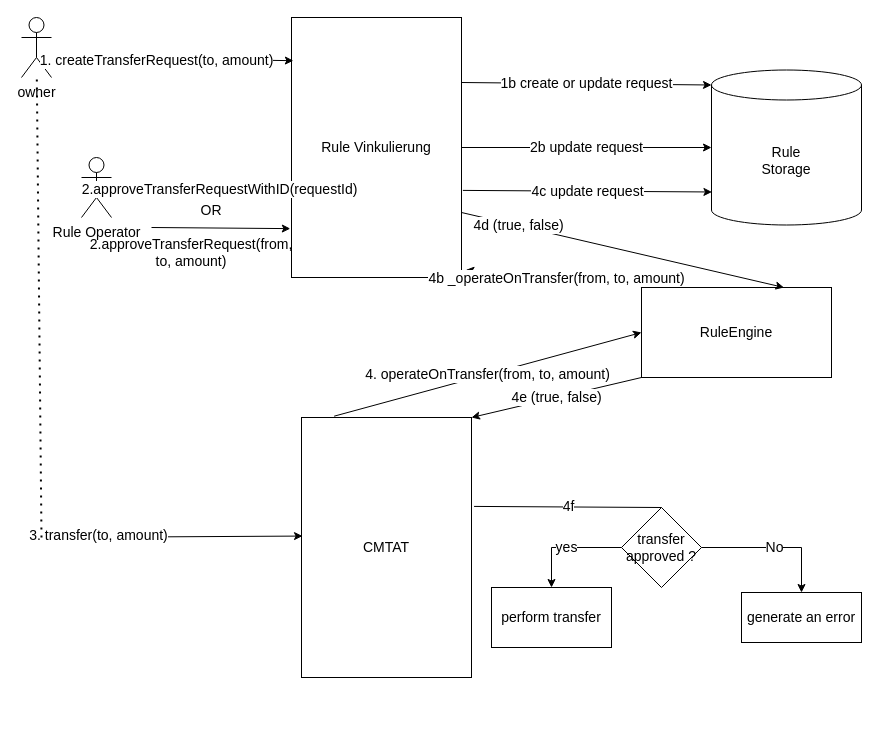
This is page "Workflow" (1 of 5) of doc/schema/virkulierung.drawio from CMTA/RuleEngine, a draw.io file, before an edit. Source tidied: cells renumbered, new cells numbered last; positions are measured from the earlier drawing's top-left corner, leaving out a move shared by most shapes. Both pictures are drawn from the tidied source at 100%, with x=0, y=0 at pixel (21, 17).
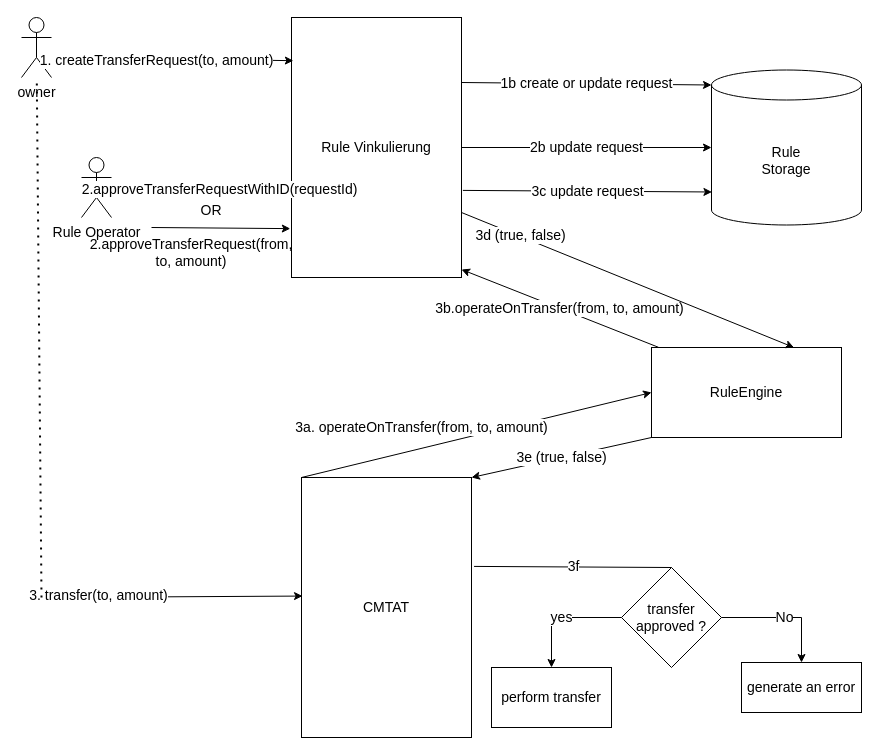
The same page after the edit.

The change refers to these unchanged cells:
```xml
<mxCell id="2" value="owner" style="shape=umlActor;verticalLabelPosition=bottom;verticalAlign=top;html=1;outlineConnect=0;fontSize=14;" parent="1" vertex="1">
  <mxGeometry width="30" height="60" as="geometry" />
</mxCell>
<mxCell id="3" value="Rule Vinkulierung" style="rounded=0;whiteSpace=wrap;html=1;fontSize=14;" parent="1" vertex="1">
  <mxGeometry x="270" width="170" height="260" as="geometry" />
</mxCell>
<mxCell id="6" value="Rule&lt;br style=&quot;font-size: 14px;&quot;&gt;Storage" style="shape=cylinder3;whiteSpace=wrap;html=1;boundedLbl=1;backgroundOutline=1;size=15;fontSize=14;" parent="1" vertex="1">
  <mxGeometry x="690" y="52.5" width="150" height="155" as="geometry" />
</mxCell>
<mxCell id="25" style="endArrow=classic;html=1;rounded=0;entryX=0.75;entryY=0;entryDx=0;entryDy=0;exitX=1;exitY=0.75;exitDx=0;exitDy=0;fontSize=14;" parent="1" edge="1" source="3" target="23">
  <mxGeometry relative="1" as="geometry" />
</mxCell>
```

Change to the diagram source:
```diff
@@
     <mxCell id="11" style="endArrow=classic;html=1;rounded=0;entryX=0.006;entryY=0.456;entryDx=0;entryDy=0;entryPerimeter=0;fontSize=14;" parent="1" edge="1" target="14">
       <mxGeometry relative="1" as="geometry">
-        <mxPoint x="20" y="520" as="sourcePoint" />
+        <mxPoint x="20" y="580" as="sourcePoint" />
       </mxGeometry>
     </mxCell>
@@
     <mxCell id="13" value="perform transfer" style="rounded=0;whiteSpace=wrap;html=1;fontSize=14;" parent="1" vertex="1">
-      <mxGeometry x="470" y="570" width="120" height="60" as="geometry" />
+      <mxGeometry x="470" y="650" width="120" height="60" as="geometry" />
     </mxCell>
     <mxCell id="14" value="CMTAT" style="rounded=0;whiteSpace=wrap;html=1;fontSize=14;" parent="1" vertex="1">
-      <mxGeometry x="280" y="400" width="170" height="260" as="geometry" />
+      <mxGeometry x="280" y="460" width="170" height="260" as="geometry" />
     </mxCell>
-    <mxCell id="15" value="4.&amp;nbsp;&lt;span class=&quot;pl-k&quot; style=&quot;font-size: 14px;&quot;&gt;operateOnTransfer&lt;/span&gt;(from, to, amount)" style="endArrow=classic;html=1;rounded=0;exitX=0.192;exitY=-0.005;exitDx=0;exitDy=0;entryX=0;entryY=0.5;entryDx=0;entryDy=0;exitPerimeter=0;fontSize=14;" parent="1" edge="1" source="14" target="23">
-      <mxGeometry relative="1" as="geometry" />
+    <mxCell id="15" value="3a.&amp;nbsp;&lt;span class=&quot;pl-k&quot; style=&quot;font-size: 14px;&quot;&gt;operateOnTransfer&lt;/span&gt;(from, to, amount)" style="endArrow=classic;html=1;rounded=0;exitX=0;exitY=0;exitDx=0;exitDy=0;entryX=0;entryY=0.5;entryDx=0;entryDy=0;fontSize=14;" parent="1" edge="1" source="14" target="23">
+      <mxGeometry x="-0.29" y="20" relative="1" as="geometry" />
     </mxCell>
-    <mxCell id="16" value="4e (true, false)" style="endArrow=classic;html=1;rounded=0;exitX=0;exitY=1;exitDx=0;exitDy=0;entryX=1;entryY=0;entryDx=0;entryDy=0;fontSize=14;" parent="1" edge="1" source="23" target="14">
+    <mxCell id="16" value="3e (true, false)" style="endArrow=classic;html=1;rounded=0;exitX=0;exitY=1;exitDx=0;exitDy=0;entryX=1;entryY=0;entryDx=0;entryDy=0;fontSize=14;" parent="1" edge="1" source="23" target="14">
       <mxGeometry relative="1" as="geometry" />
     </mxCell>
     <mxCell id="17" value="transfer approved ?" style="rhombus;whiteSpace=wrap;html=1;fontSize=14;" parent="1" vertex="1">
-      <mxGeometry x="600" y="490" width="80" height="80" as="geometry" />
+      <mxGeometry x="600" y="550" width="100" height="100" as="geometry" />
     </mxCell>
     <mxCell id="18" value="generate an error" style="rounded=0;whiteSpace=wrap;html=1;fontSize=14;" parent="1" vertex="1">
-      <mxGeometry x="720" y="575" width="120" height="50" as="geometry" />
+      <mxGeometry x="720" y="645" width="120" height="50" as="geometry" />
     </mxCell>
     <mxCell id="19" value="No" style="endArrow=classic;html=1;rounded=0;exitX=1;exitY=0.5;exitDx=0;exitDy=0;entryX=0.5;entryY=0;entryDx=0;entryDy=0;fontSize=14;" parent="1" edge="1" source="17" target="18">
       <mxGeometry relative="1" as="geometry">
         <Array as="points">
-          <mxPoint x="780" y="530" />
+          <mxPoint x="780" y="600" />
         </Array>
       </mxGeometry>
     </mxCell>
     <mxCell id="20" value="yes" style="endArrow=classic;html=1;rounded=0;exitX=0;exitY=0.5;exitDx=0;exitDy=0;entryX=0.5;entryY=0;entryDx=0;entryDy=0;fontSize=14;" parent="1" edge="1" source="17" target="13">
       <mxGeometry relative="1" as="geometry">
         <Array as="points">
-          <mxPoint x="530" y="530" />
+          <mxPoint x="530" y="600" />
         </Array>
       </mxGeometry>
     </mxCell>
-    <mxCell id="21" value="4f" style="endArrow=none;html=1;rounded=0;exitX=1.015;exitY=0.342;exitDx=0;exitDy=0;exitPerimeter=0;entryX=0.5;entryY=0;entryDx=0;entryDy=0;fontSize=14;" parent="1" edge="1" source="14" target="17">
+    <mxCell id="21" value="3f" style="endArrow=none;html=1;rounded=0;exitX=1.015;exitY=0.342;exitDx=0;exitDy=0;exitPerimeter=0;entryX=0.5;entryY=0;entryDx=0;entryDy=0;fontSize=14;" parent="1" edge="1" source="14" target="17">
       <mxGeometry relative="1" as="geometry" />
     </mxCell>
     <mxCell id="22" style="endArrow=none;dashed=1;html=1;dashPattern=1 3;strokeWidth=2;rounded=0;fontSize=14;" parent="1" edge="1" target="2">
       <mxGeometry relative="1" as="geometry">
-        <mxPoint x="20" y="520" as="sourcePoint" />
+        <mxPoint x="20" y="580" as="sourcePoint" />
       </mxGeometry>
     </mxCell>
     <mxCell id="23" value="RuleEngine" style="rounded=0;whiteSpace=wrap;html=1;fontSize=14;" parent="1" vertex="1">
-      <mxGeometry x="620" y="270" width="190" height="90" as="geometry" />
+      <mxGeometry x="630" y="330" width="190" height="90" as="geometry" />
     </mxCell>
-    <mxCell id="24" value="4b _operateOnTransfer(from, to, amount)" style="endArrow=classic;html=1;rounded=0;entryX=1.025;entryY=0.971;entryDx=0;entryDy=0;exitX=0.037;exitY=-0.002;exitDx=0;exitDy=0;exitPerimeter=0;entryPerimeter=0;fontSize=14;" parent="1" edge="1" source="23" target="3">
-      <mxGeometry relative="1" as="geometry" />
+    <mxCell id="24" value="3b.operateOnTransfer(from, to, amount)" style="endArrow=classic;html=1;rounded=0;exitX=0.037;exitY=-0.002;exitDx=0;exitDy=0;exitPerimeter=0;fontSize=14;" parent="1" edge="1" source="23">
+      <mxGeometry relative="1" as="geometry">
+        <mxPoint x="440" y="252" as="targetPoint" />
+      </mxGeometry>
     </mxCell>
@@
-    <mxCell id="26" value="4d (true, false)" style="edgeLabel;html=1;align=center;verticalAlign=middle;fontSize=14;" parent="25" vertex="1">
+    <mxCell id="26" value="3d (true, false)" style="edgeLabel;html=1;align=center;verticalAlign=middle;fontSize=14;" parent="25" vertex="1">
       <mxGeometry x="-0.65" y="1" relative="1" as="geometry" />
     </mxCell>
@@
-    <mxCell id="31" value="4c update request" style="endArrow=classic;html=1;rounded=0;entryX=0.003;entryY=0.787;entryDx=0;entryDy=0;entryPerimeter=0;exitX=1.008;exitY=0.665;exitDx=0;exitDy=0;exitPerimeter=0;fontSize=14;" parent="1" edge="1" source="3" target="6">
+    <mxCell id="31" value="3c update request" style="endArrow=classic;html=1;rounded=0;entryX=0.003;entryY=0.787;entryDx=0;entryDy=0;entryPerimeter=0;exitX=1.008;exitY=0.665;exitDx=0;exitDy=0;exitPerimeter=0;fontSize=14;" parent="1" edge="1" source="3" target="6">
       <mxGeometry relative="1" as="geometry" />
     </mxCell>
```
